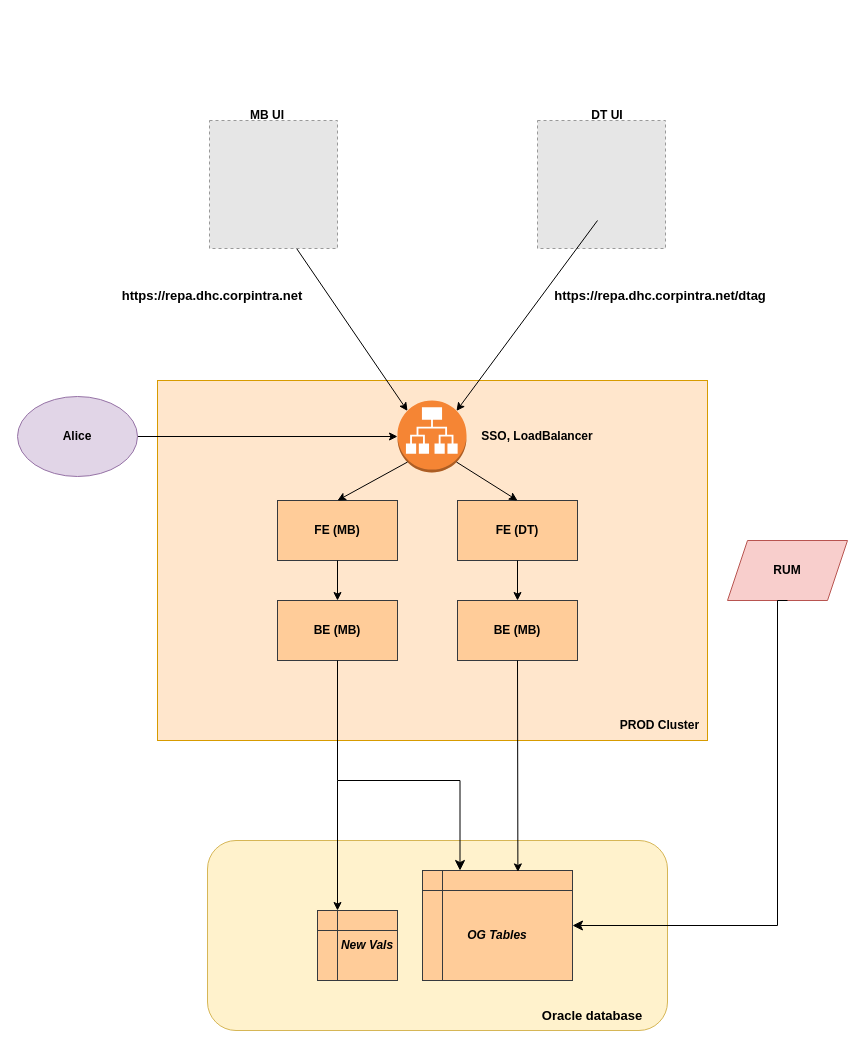
Earlier version of the draw.io diagram dt-rum-val.drawio (Ashwin-Raj18/arch-diagram). Source tidied: cells renumbered, new cells numbered last; positions are measured from the earlier drawing's top-left corner, leaving out a move shared by most shapes. Both pictures are drawn from the tidied source at 100%, with x=0, y=0 at pixel (17, 100). Pictures stored in the file or linked from it are replaced by grey dashed boxes.
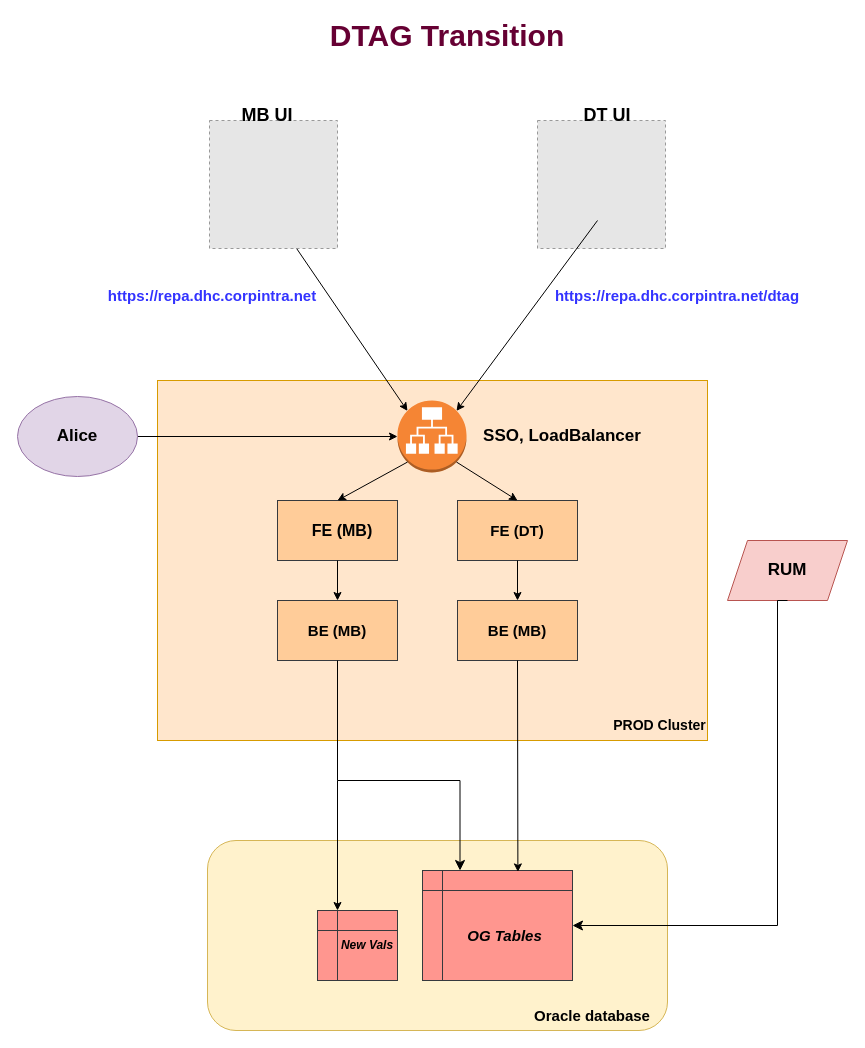
After the change.

Diff of the diagram source:
```diff
@@
-    <mxCell id="8" style="shape=internalStorage;whiteSpace=wrap;html=1;backgroundOutline=1;fillColor=#ffcc99;strokeColor=#36393d;" parent="1" vertex="1">
+    <mxCell id="8" style="shape=internalStorage;whiteSpace=wrap;html=1;backgroundOutline=1;fillColor=#FF968F;strokeColor=#36393d;" parent="1" vertex="1">
       <mxGeometry x="405" y="770" width="150" height="110" as="geometry" />
     </mxCell>
-    <mxCell id="9" style="shape=internalStorage;whiteSpace=wrap;html=1;backgroundOutline=1;fillColor=#ffcc99;strokeColor=#36393d;" parent="1" vertex="1">
+    <mxCell id="9" style="shape=internalStorage;whiteSpace=wrap;html=1;backgroundOutline=1;fillColor=#FF968F;strokeColor=#36393d;" parent="1" vertex="1">
       <mxGeometry x="300" y="810" width="80" height="70" as="geometry" />
     </mxCell>
-    <mxCell id="10" value="&lt;b&gt;&lt;font style=&quot;font-size: 13px;&quot;&gt;Oracle database&lt;/font&gt;&lt;/b&gt;" style="text;html=1;strokeColor=none;fillColor=none;align=center;verticalAlign=middle;whiteSpace=wrap;rounded=0;" parent="1" vertex="1">
+    <mxCell id="10" value="&lt;b&gt;&lt;font style=&quot;font-size: 15px;&quot;&gt;Oracle database&lt;/font&gt;&lt;/b&gt;" style="text;html=1;strokeColor=none;fillColor=none;align=center;verticalAlign=middle;whiteSpace=wrap;rounded=0;" parent="1" vertex="1">
       <mxGeometry x="470" y="900" width="210" height="30" as="geometry" />
     </mxCell>
@@
-    <mxCell id="12" value="&lt;b&gt;Alice&lt;/b&gt;" style="ellipse;whiteSpace=wrap;html=1;fillColor=#e1d5e7;strokeColor=#9673a6;" parent="1" vertex="1">
+    <mxCell id="12" value="&lt;b&gt;&lt;font style=&quot;font-size: 17px;&quot;&gt;Alice&lt;/font&gt;&lt;/b&gt;" style="ellipse;whiteSpace=wrap;html=1;fillColor=#e1d5e7;strokeColor=#9673a6;" parent="1" vertex="1">
       <mxGeometry y="296" width="120" height="80" as="geometry" />
     </mxCell>
-    <mxCell id="13" value="&lt;b&gt;RUM&lt;/b&gt;" style="shape=parallelogram;perimeter=parallelogramPerimeter;whiteSpace=wrap;html=1;fixedSize=1;fillColor=#f8cecc;strokeColor=#b85450;" parent="1" vertex="1">
+    <mxCell id="13" value="&lt;b&gt;&lt;font style=&quot;font-size: 17px;&quot;&gt;RUM&lt;/font&gt;&lt;/b&gt;" style="shape=parallelogram;perimeter=parallelogramPerimeter;whiteSpace=wrap;html=1;fixedSize=1;fillColor=#f8cecc;strokeColor=#b85450;" parent="1" vertex="1">
       <mxGeometry x="710" y="440" width="120" height="60" as="geometry" />
     </mxCell>
@@
-    <mxCell id="19" value="&lt;b&gt;MB UI&lt;/b&gt;" style="text;html=1;strokeColor=none;fillColor=none;align=center;verticalAlign=middle;whiteSpace=wrap;rounded=0;" parent="1" vertex="1">
+    <mxCell id="19" value="&lt;b&gt;&lt;font style=&quot;font-size: 18px;&quot;&gt;MB UI&lt;/font&gt;&lt;/b&gt;" style="text;html=1;strokeColor=none;fillColor=none;align=center;verticalAlign=middle;whiteSpace=wrap;rounded=0;" parent="1" vertex="1">
       <mxGeometry x="220" width="60" height="30" as="geometry" />
     </mxCell>
-    <mxCell id="20" value="&lt;b&gt;DT UI&lt;/b&gt;" style="text;html=1;strokeColor=none;fillColor=none;align=center;verticalAlign=middle;whiteSpace=wrap;rounded=0;" parent="1" vertex="1">
+    <mxCell id="20" value="&lt;b&gt;&lt;font style=&quot;font-size: 18px;&quot;&gt;DT UI&lt;/font&gt;&lt;/b&gt;" style="text;html=1;strokeColor=none;fillColor=none;align=center;verticalAlign=middle;whiteSpace=wrap;rounded=0;" parent="1" vertex="1">
       <mxGeometry x="560" width="60" height="30" as="geometry" />
     </mxCell>
-    <mxCell id="21" value="&lt;b&gt;FE (MB)&lt;/b&gt;" style="text;html=1;strokeColor=none;fillColor=none;align=center;verticalAlign=middle;whiteSpace=wrap;rounded=0;" parent="1" vertex="1">
-      <mxGeometry x="290" y="415" width="60" height="30" as="geometry" />
+    <mxCell id="21" value="&lt;b&gt;&lt;font style=&quot;font-size: 16px;&quot;&gt;FE (MB)&lt;/font&gt;&lt;/b&gt;" style="text;html=1;strokeColor=none;fillColor=none;align=center;verticalAlign=middle;whiteSpace=wrap;rounded=0;" parent="1" vertex="1">
+      <mxGeometry x="290" y="415" width="70" height="30" as="geometry" />
     </mxCell>
-    <mxCell id="22" value="&lt;b&gt;FE (DT)&lt;/b&gt;" style="text;html=1;strokeColor=none;fillColor=none;align=center;verticalAlign=middle;whiteSpace=wrap;rounded=0;" parent="1" vertex="1">
+    <mxCell id="22" value="&lt;b&gt;&lt;font style=&quot;font-size: 15px;&quot;&gt;FE (DT)&lt;/font&gt;&lt;/b&gt;" style="text;html=1;strokeColor=none;fillColor=none;align=center;verticalAlign=middle;whiteSpace=wrap;rounded=0;" parent="1" vertex="1">
       <mxGeometry x="470" y="415" width="60" height="30" as="geometry" />
     </mxCell>
-    <mxCell id="23" value="&lt;b&gt;BE (MB)&lt;/b&gt;" style="text;html=1;strokeColor=none;fillColor=none;align=center;verticalAlign=middle;whiteSpace=wrap;rounded=0;" parent="1" vertex="1">
-      <mxGeometry x="290" y="515" width="60" height="30" as="geometry" />
+    <mxCell id="23" value="&lt;b&gt;&lt;font style=&quot;font-size: 15px;&quot;&gt;BE (MB)&lt;/font&gt;&lt;/b&gt;" style="text;html=1;strokeColor=none;fillColor=none;align=center;verticalAlign=middle;whiteSpace=wrap;rounded=0;" parent="1" vertex="1">
+      <mxGeometry x="285" y="515" width="70" height="30" as="geometry" />
     </mxCell>
-    <mxCell id="24" value="&lt;b&gt;BE (MB)&lt;/b&gt;" style="text;html=1;strokeColor=none;fillColor=none;align=center;verticalAlign=middle;whiteSpace=wrap;rounded=0;" parent="1" vertex="1">
-      <mxGeometry x="470" y="515" width="60" height="30" as="geometry" />
+    <mxCell id="24" value="&lt;b&gt;&lt;font style=&quot;font-size: 15px;&quot;&gt;BE (MB)&lt;/font&gt;&lt;/b&gt;" style="text;html=1;strokeColor=none;fillColor=none;align=center;verticalAlign=middle;whiteSpace=wrap;rounded=0;" parent="1" vertex="1">
+      <mxGeometry x="465" y="515" width="70" height="30" as="geometry" />
     </mxCell>
@@
-    <mxCell id="31" value="&lt;b&gt;PROD Cluster&lt;/b&gt;" style="text;html=1;strokeColor=none;fillColor=none;align=center;verticalAlign=middle;whiteSpace=wrap;rounded=0;" parent="1" vertex="1">
+    <mxCell id="31" value="&lt;b&gt;&lt;font style=&quot;font-size: 14px;&quot;&gt;PROD Cluster&lt;/font&gt;&lt;/b&gt;" style="text;html=1;strokeColor=none;fillColor=none;align=center;verticalAlign=middle;whiteSpace=wrap;rounded=0;" parent="1" vertex="1">
       <mxGeometry x="595" y="610" width="95" height="30" as="geometry" />
     </mxCell>
-    <mxCell id="32" value="&lt;b&gt;SSO, LoadBalancer&lt;/b&gt;" style="text;html=1;strokeColor=none;fillColor=none;align=center;verticalAlign=middle;whiteSpace=wrap;rounded=0;" parent="1" vertex="1">
-      <mxGeometry x="460" y="321" width="120" height="30" as="geometry" />
+    <mxCell id="32" value="&lt;b&gt;&lt;font style=&quot;font-size: 17px;&quot;&gt;SSO, LoadBalancer&lt;/font&gt;&lt;/b&gt;" style="text;html=1;strokeColor=none;fillColor=none;align=center;verticalAlign=middle;whiteSpace=wrap;rounded=0;" parent="1" vertex="1">
+      <mxGeometry x="460" y="321" width="170" height="30" as="geometry" />
     </mxCell>
@@
-    <mxCell id="35" value="&lt;i&gt;&lt;b&gt;OG Tables&lt;/b&gt;&lt;/i&gt;" style="text;html=1;strokeColor=none;fillColor=none;align=center;verticalAlign=middle;whiteSpace=wrap;rounded=0;" parent="1" vertex="1">
-      <mxGeometry x="445" y="820" width="70" height="30" as="geometry" />
+    <mxCell id="35" value="&lt;i&gt;&lt;b&gt;&lt;font style=&quot;font-size: 15px;&quot;&gt;OG Tables&lt;/font&gt;&lt;/b&gt;&lt;/i&gt;" style="text;html=1;strokeColor=none;fillColor=none;align=center;verticalAlign=middle;whiteSpace=wrap;rounded=0;" parent="1" vertex="1">
+      <mxGeometry x="445" y="820" width="85" height="30" as="geometry" />
     </mxCell>
-    <mxCell id="36" value="&lt;font style=&quot;font-size: 13px;&quot;&gt;&lt;b&gt;https://repa.dhc.corpintra.net&lt;/b&gt;&lt;/font&gt;" style="text;html=1;strokeColor=none;fillColor=none;align=center;verticalAlign=middle;whiteSpace=wrap;rounded=0;" parent="1" vertex="1">
+    <mxCell id="36" value="&lt;font size=&quot;1&quot; color=&quot;#3333ff&quot; style=&quot;&quot;&gt;&lt;b style=&quot;font-size: 15px;&quot;&gt;https://repa.dhc.corpintra.net&lt;/b&gt;&lt;/font&gt;" style="text;html=1;strokeColor=none;fillColor=none;align=center;verticalAlign=middle;whiteSpace=wrap;rounded=0;" parent="1" vertex="1">
       <mxGeometry x="90" y="180" width="210" height="30" as="geometry" />
     </mxCell>
-    <mxCell id="37" value="&lt;b&gt;&lt;font style=&quot;font-size: 13px;&quot;&gt;https://repa.dhc.corpintra.net/dtag&lt;/font&gt;&lt;/b&gt;" style="text;html=1;strokeColor=none;fillColor=none;align=center;verticalAlign=middle;whiteSpace=wrap;rounded=0;" parent="1" vertex="1">
-      <mxGeometry x="537.5" y="180" width="210" height="30" as="geometry" />
+    <mxCell id="37" value="&lt;b&gt;&lt;font color=&quot;#3333ff&quot; style=&quot;font-size: 15px;&quot;&gt;https://repa.dhc.corpintra.net/dtag&lt;/font&gt;&lt;/b&gt;" style="text;html=1;strokeColor=none;fillColor=none;align=center;verticalAlign=middle;whiteSpace=wrap;rounded=0;" parent="1" vertex="1">
+      <mxGeometry x="555" y="180" width="210" height="30" as="geometry" />
     </mxCell>
@@
+    <mxCell id="39" value="&lt;font size=&quot;1&quot; color=&quot;#660033&quot; style=&quot;&quot;&gt;&lt;b style=&quot;font-size: 30px;&quot;&gt;DTAG Transition&lt;/b&gt;&lt;/font&gt;" style="text;html=1;strokeColor=none;fillColor=none;align=center;verticalAlign=middle;whiteSpace=wrap;rounded=0;" parent="1" vertex="1">
+      <mxGeometry x="160" y="-80" width="540" height="30" as="geometry" />
+    </mxCell>
```
